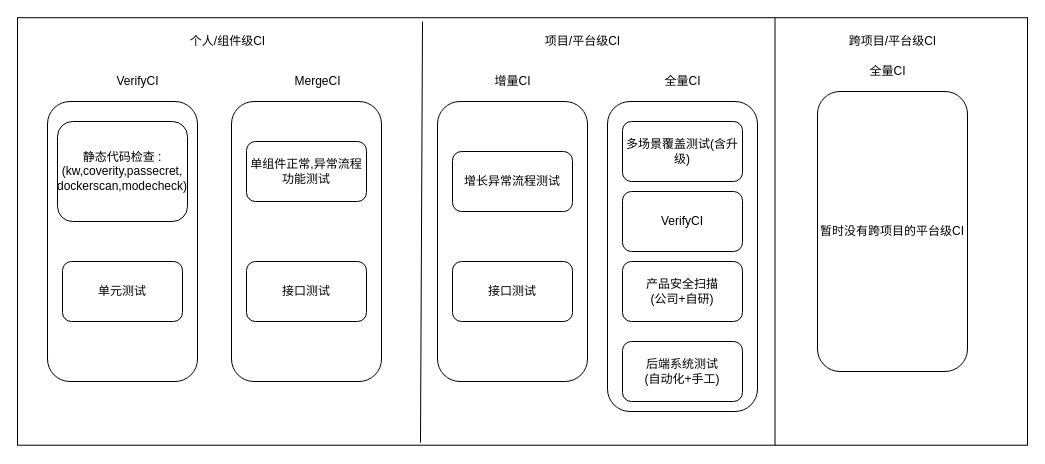
xiaoyuanwu123/learnGit keeps this draw.io diagram as djci.drawio. Above is the earlier version. Source tidied: cells renumbered, new cells numbered last; positions are measured from the earlier drawing's top-left corner, leaving out a move shared by most shapes. Both pictures are drawn from the tidied source at 100%, with x=0, y=0 at pixel (17, 17).
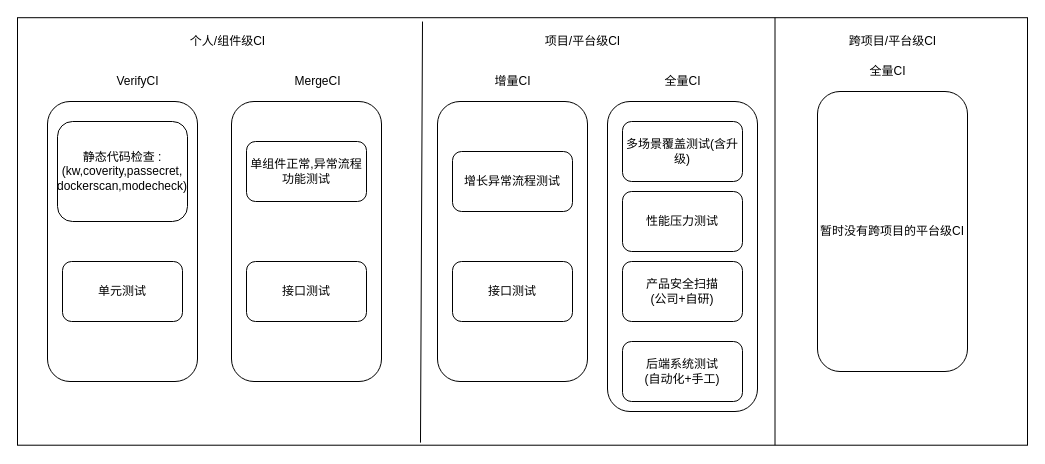
After the change.

The edit, as a diff of the source:
```diff
@@
-    <mxCell id="16" value="VerifyCI" style="rounded=1;whiteSpace=wrap;html=1;" parent="1" vertex="1">
+    <mxCell id="16" value="性能压力测试" style="rounded=1;whiteSpace=wrap;html=1;" parent="1" vertex="1">
       <mxGeometry x="605" y="174" width="120" height="60" as="geometry" />
     </mxCell>
```
